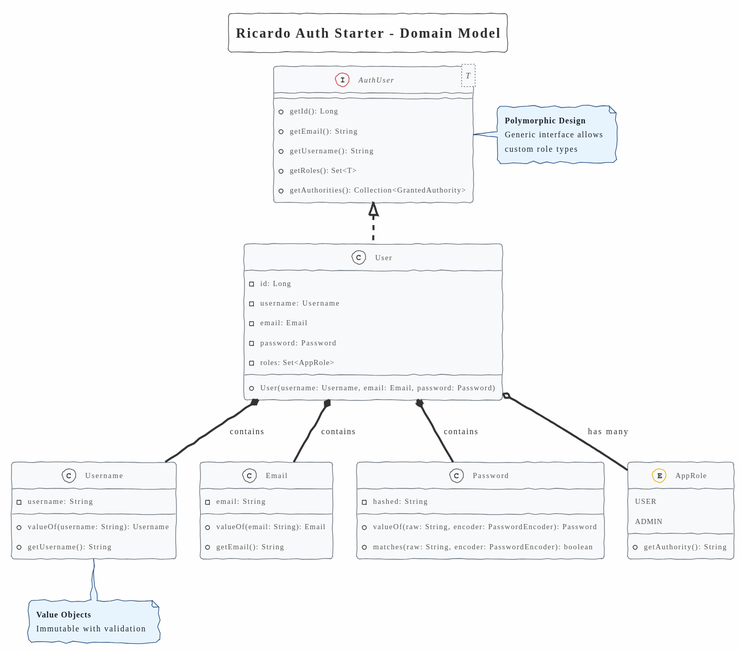
Before: docs/class-diagram/partial/core/core.svg, a diagram exported from PlantUML (RicardoMorim/Auth-Provider).
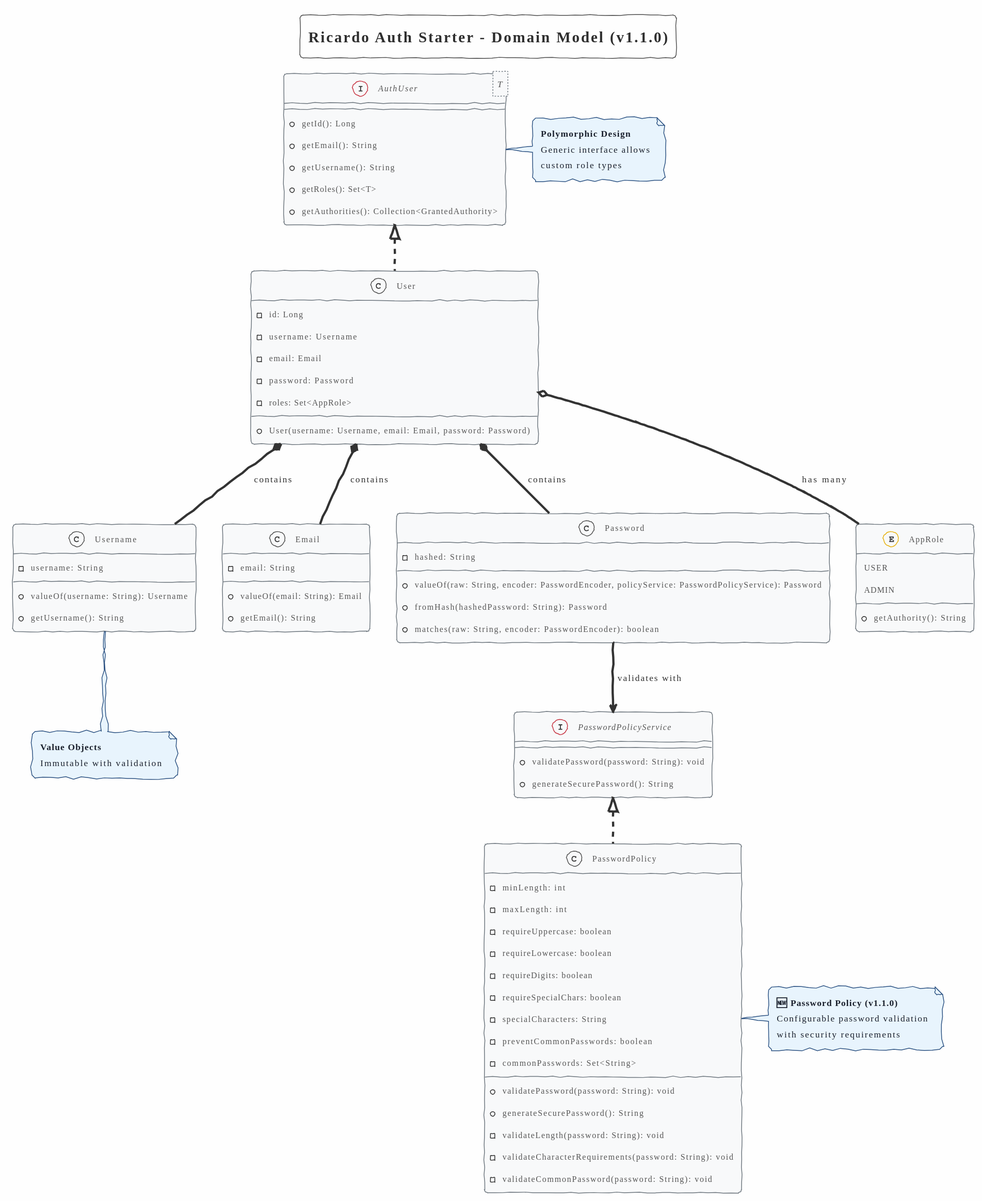
The same file after the commit.

Commit message:
Enhance service architecture diagram for Ricardo Auth Starter

What changed in the source:
```diff
@@ -7,7 +7,7 @@
 skinparam noteBorderColor #2C5282
 skinparam noteFontColor #1A202C
 
-title Ricardo Auth Starter - Domain Model
+title Ricardo Auth Starter - Domain Model (v1.1.0)
 
 interface "AuthUser<T>" as AuthUser {
     +getId(): Long
@@ -40,7 +40,8 @@
 
 class Password {
     -hashed: String
-    +valueOf(raw: String, encoder: PasswordEncoder): Password
+    +valueOf(raw: String, encoder: PasswordEncoder, policyService: PasswordPolicyService): Password
+    +fromHash(hashedPassword: String): Password
     +matches(raw: String, encoder: PasswordEncoder): boolean
 }
 
@@ -50,11 +51,35 @@
     +getAuthority(): String
 }
 
+interface PasswordPolicyService {
+    +validatePassword(password: String): void
+    +generateSecurePassword(): String
+}
+
+class PasswordPolicy {
+    -minLength: int
+    -maxLength: int
+    -requireUppercase: boolean
+    -requireLowercase: boolean
+    -requireDigits: boolean
+    -requireSpecialChars: boolean
+    -specialCharacters: String
+    -preventCommonPasswords: boolean
+    -commonPasswords: Set<String>
+    +validatePassword(password: String): void
+    +generateSecurePassword(): String
+    -validateLength(password: String): void
+    -validateCharacterRequirements(password: String): void
+    -validateCommonPassword(password: String): void
+}
+
 User .up.|> AuthUser
 User *-- Username : contains
 User *-- Email : contains
 User *-- Password : contains
 User o-- AppRole : has many
+PasswordPolicy .up.|> PasswordPolicyService
+Password --> PasswordPolicyService : validates with
 
 note right of AuthUser #E8F4FD
   **Polymorphic Design**
@@ -66,4 +91,10 @@
   **Value Objects**
   Immutable with validation
 end note
+
+note right of PasswordPolicy #E8F4FD
+  **🆕 Password Policy (v1.1.0)**
+  Configurable password validation
+  with security requirements
+end note
 @enduml
```
